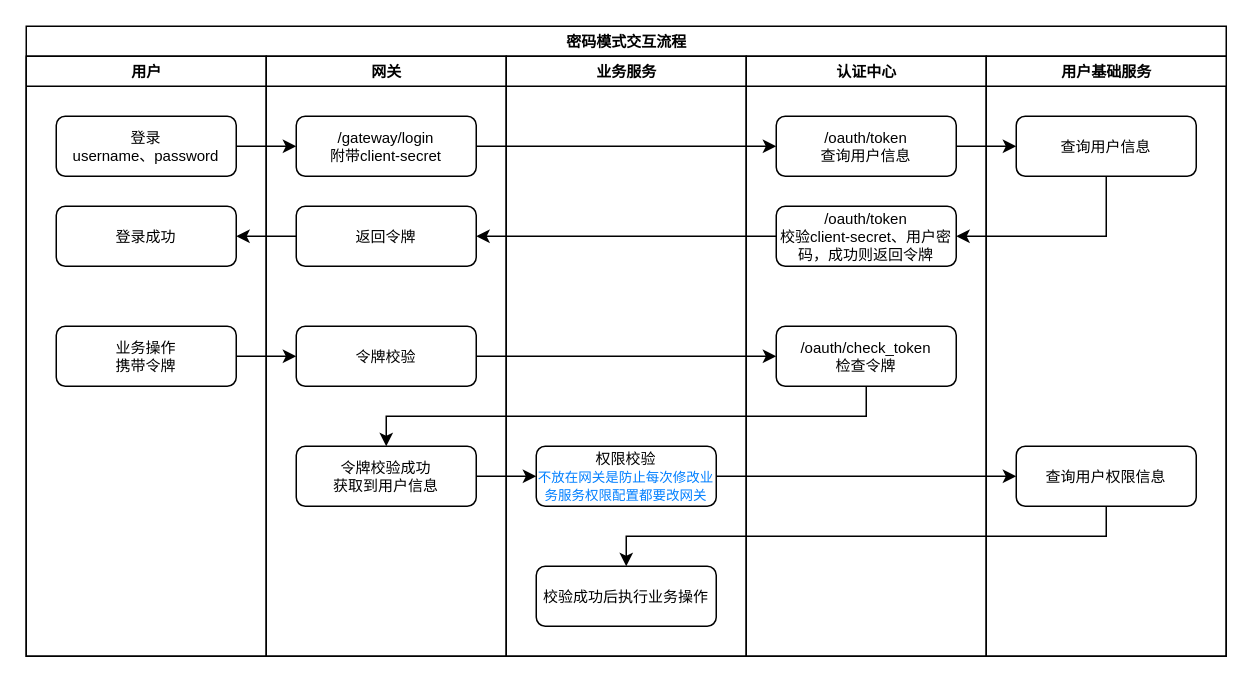
Before: page "各模式交互流程" (2 of 2) of docs/java/spring-security/spring-security-oauth2-workflow.drawio in kwseeker/framework-src-guide, a draw.io diagram. Source tidied: cells renumbered, new cells numbered last; positions are measured from the earlier drawing's top-left corner, leaving out a move shared by most shapes. Both pictures are drawn from the tidied source at 150%, with x=0, y=0 at pixel (26, 26).
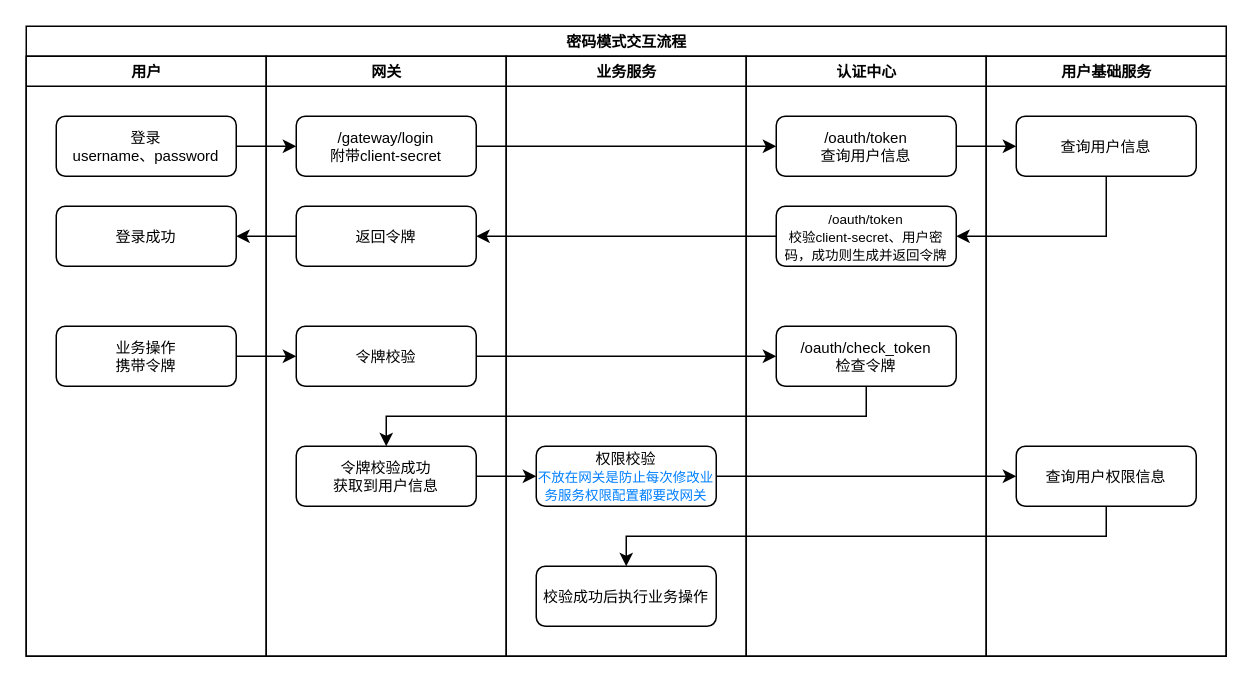
After the change.

Commit message (it also covers changes not shown here):
Spring Security OAuth2 密码模式原理全流程

Unchanged cells that the change refers to:
```xml
<mxCell id="15" value="认证中心" style="swimlane;startSize=20;html=1;fontSize=10;" parent="2" vertex="1">
  <mxGeometry x="480" y="20" width="160" height="400" as="geometry" />
</mxCell>
```

The edit, as a diff of the source:
```diff
@@
-    <mxCell id="17" value="/oauth/token&lt;br&gt;校验client-secret、用户密码，成功则返回令牌" style="rounded=1;whiteSpace=wrap;html=1;fontSize=10;" parent="15" vertex="1">
+    <mxCell id="17" value="&lt;font style=&quot;font-size: 9px;&quot;&gt;/oauth/token&lt;br&gt;校验client-secret、用户密码，成功则生成并返回令牌&lt;/font&gt;" style="rounded=1;whiteSpace=wrap;html=1;fontSize=10;" parent="15" vertex="1">
       <mxGeometry x="20" y="100" width="120" height="40" as="geometry" />
     </mxCell>
```
